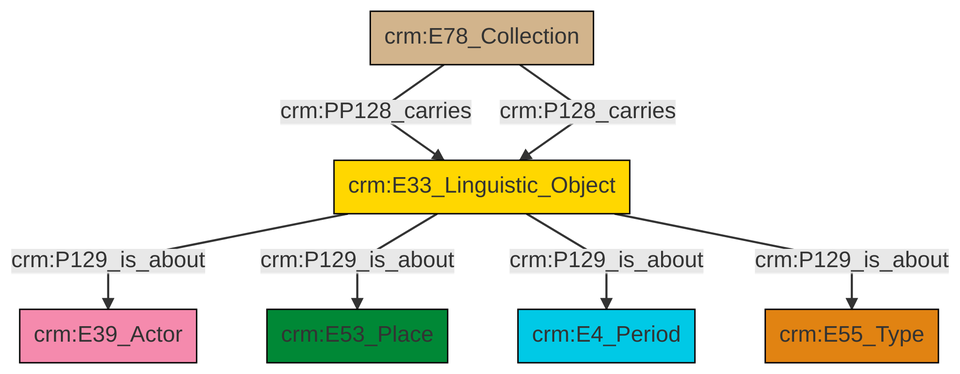
This is et/archivalCSV/ttl/mmd/png/archival_aboutness.png from swiss-art-research-net/docs.swissartresearch, a Mermaid export, as it was before one commit. Its source is kept beside it as et/archivalCSV/ttl/mmd/archival_aboutness.ttl.mmd.
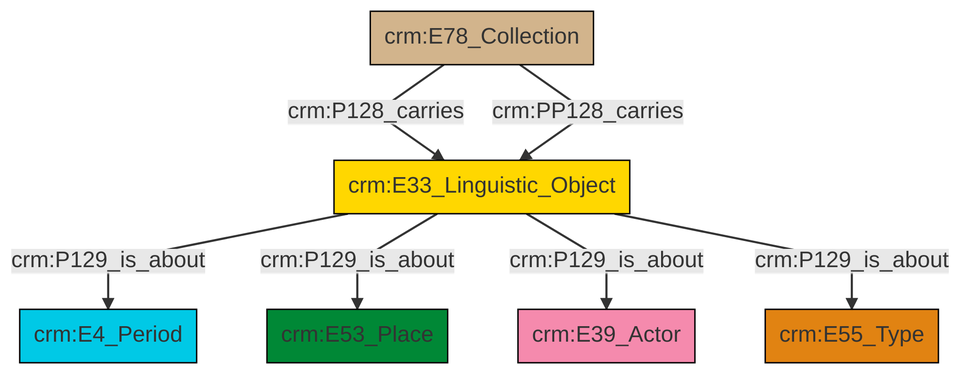
The same diagram one commit later.

Change to the diagram source:
```diff
@@ -13,9 +13,9 @@
 classDef PC_Classes fill:#4ce600, stroke:#000000;
 classDef Multi fill:#cccccc,stroke:#000000;
 
-2["crm:E33_Linguistic_Object"]:::Conceptual_Object -->|crm:P129_is_about| 3["crm:E39_Actor"]:::Actor
-0["crm:E78_Collection"]:::Physical_Thing -->|crm:PP128_carries| 2["crm:E33_Linguistic_Object"]:::Conceptual_Object
-2["crm:E33_Linguistic_Object"]:::Conceptual_Object -->|crm:P129_is_about| 6["crm:E53_Place"]:::Place
-0["crm:E78_Collection"]:::Physical_Thing -->|crm:P128_carries| 2["crm:E33_Linguistic_Object"]:::Conceptual_Object
-2["crm:E33_Linguistic_Object"]:::Conceptual_Object -->|crm:P129_is_about| 9["crm:E4_Period"]:::Temporal_Entity
-2["crm:E33_Linguistic_Object"]:::Conceptual_Object -->|crm:P129_is_about| 4["crm:E55_Type"]:::Type
+0["crm:E78_Collection"]:::Physical_Thing -->|crm:P128_carries| 1["crm:E33_Linguistic_Object"]:::Conceptual_Object
+0["crm:E78_Collection"]:::Physical_Thing -->|crm:PP128_carries| 1["crm:E33_Linguistic_Object"]:::Conceptual_Object
+1["crm:E33_Linguistic_Object"]:::Conceptual_Object -->|crm:P129_is_about| 5["crm:E4_Period"]:::Temporal_Entity
+1["crm:E33_Linguistic_Object"]:::Conceptual_Object -->|crm:P129_is_about| 8["crm:E53_Place"]:::Place
+1["crm:E33_Linguistic_Object"]:::Conceptual_Object -->|crm:P129_is_about| 2["crm:E39_Actor"]:::Actor
+1["crm:E33_Linguistic_Object"]:::Conceptual_Object -->|crm:P129_is_about| 9["crm:E55_Type"]:::Type
```
